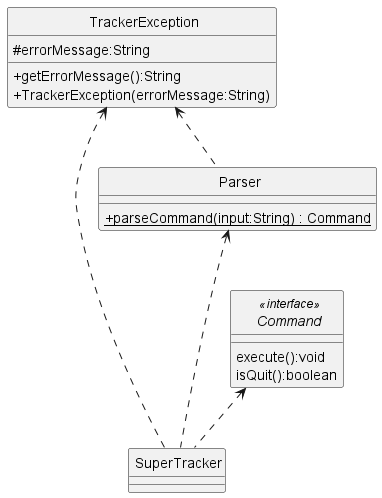
This is docs/uml-diagrams/ParserClass.png from rismm/tp, a PlantUML export, as it was before one commit. Source of this version:
```plantuml
@startuml
skinparam classAttributeIconSize 0
skinparam CircledCharacterFontSize 0
skinparam CircledCharacterRadius 0

class SuperTracker
class Parser
class TrackerException
interface Command

Parser <... SuperTracker
Command <.. SuperTracker
TrackerException <.. SuperTracker
TrackerException <.. Parser

interface Command <<interface>> {
    execute():void
    isQuit():boolean
}

class TrackerException {
    #errorMessage:String
    +getErrorMessage():String
    +TrackerException(errorMessage:String)
}

class Parser {
    {static}+parseCommand(input:String) : Command
}

@enduml
```
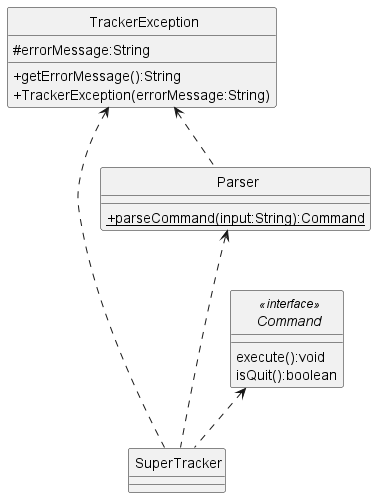
Later version of the same file.

Diff of the diagram source:
```diff
@@ -25,7 +25,7 @@
 }
 
 class Parser {
-    {static}+parseCommand(input:String) : Command
+    {static}+parseCommand(input:String):Command
 }
 
 @enduml
```
